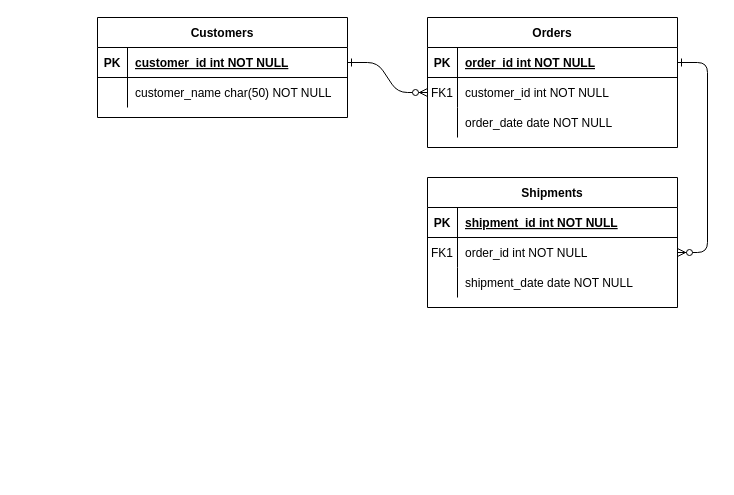
SebastianMoralesDuque/travel-app keeps this draw.io diagram as Diagrama.drawio. Above is the earlier version. Source tidied: cells renumbered, new cells numbered last; positions are measured from the earlier drawing's top-left corner, leaving out a move shared by most shapes. Both pictures are drawn from the tidied source at 100%, with x=0, y=0 at pixel (97, 17).
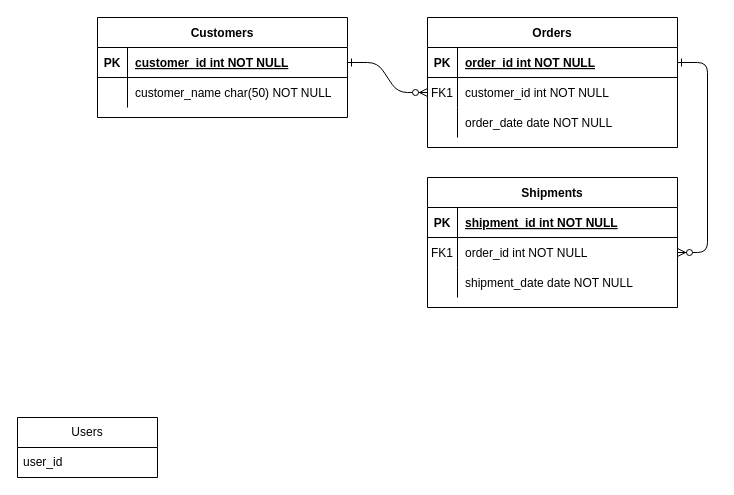
Above is the later version.

Change to the diagram source:
```diff
@@
+    <mxCell id="31" value="Users" style="swimlane;fontStyle=0;horizontal=1;startSize=30;whiteSpace=wrap;html=1;" parent="1" vertex="1">
+      <mxGeometry x="-80" y="400" width="140" height="60" as="geometry" />
+    </mxCell>
+    <mxCell id="32" value="user_id" style="text;strokeColor=none;fillColor=none;align=left;verticalAlign=middle;spacingLeft=4;spacingRight=4;overflow=hidden;whiteSpace=wrap;html=1;" parent="31" vertex="1">
+      <mxGeometry y="30" width="140" height="30" as="geometry" />
+    </mxCell>
```
